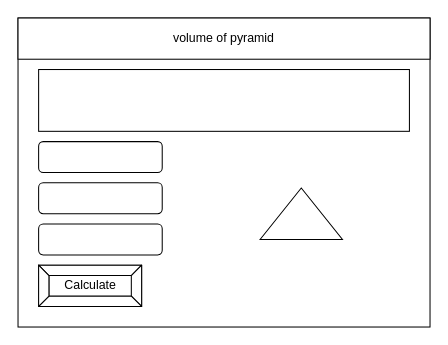
Earlier version of the draw.io diagram design/story-board.drawio (brennan-lee/ICS20-3-02-Volume-of-a-Pyramid). Source tidied: cells renumbered, new cells numbered last; positions are measured from the earlier drawing's top-left corner, leaving out a move shared by most shapes. Both pictures are drawn from the tidied source at 103%, with x=0, y=0 at pixel (18, 18).
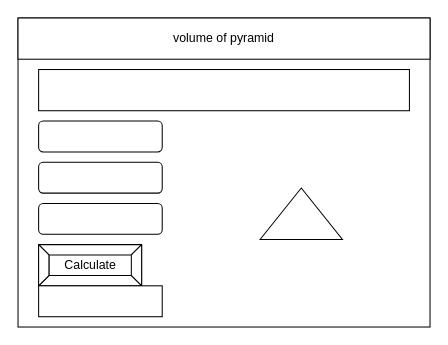
The same diagram, later.

Change to the diagram source:
```diff
@@
 <mxGraphModel>
   <root>
     <mxCell id="0" />
     <mxCell id="1" parent="0" />
     <mxCell id="2" style="rounded=0;whiteSpace=wrap;html=1;" parent="1" vertex="1">
       <mxGeometry width="400" height="300" as="geometry" />
     </mxCell>
     <mxCell id="3" value="volume of pyramid" style="rounded=0;whiteSpace=wrap;html=1;" parent="1" vertex="1">
       <mxGeometry width="400" height="40" as="geometry" />
     </mxCell>
     <mxCell id="4" value="Calculate" style="labelPosition=center;verticalLabelPosition=middle;align=center;html=1;shape=mxgraph.basic.button;dx=10;" parent="1" vertex="1">
-      <mxGeometry x="20" y="240" width="100" height="40" as="geometry" />
+      <mxGeometry x="20" y="220" width="100" height="40" as="geometry" />
     </mxCell>
     <mxCell id="5" style="rounded=1;whiteSpace=wrap;html=1;" parent="1" vertex="1">
-      <mxGeometry x="20" y="200" width="120" height="30" as="geometry" />
+      <mxGeometry x="20" y="180" width="120" height="30" as="geometry" />
     </mxCell>
     <mxCell id="6" style="rounded=1;whiteSpace=wrap;html=1;" parent="1" vertex="1">
-      <mxGeometry x="20" y="160" width="120" height="30" as="geometry" />
+      <mxGeometry x="20" y="140" width="120" height="30" as="geometry" />
     </mxCell>
     <mxCell id="7" style="rounded=1;whiteSpace=wrap;html=1;" parent="1" vertex="1">
-      <mxGeometry x="20" y="120" width="120" height="30" as="geometry" />
+      <mxGeometry x="20" y="100" width="120" height="30" as="geometry" />
     </mxCell>
     <mxCell id="8" style="rounded=0;whiteSpace=wrap;html=1;" parent="1" vertex="1">
-      <mxGeometry x="20" y="50" width="360" height="60" as="geometry" />
+      <mxGeometry x="20" y="50" width="360" height="40" as="geometry" />
     </mxCell>
     <mxCell id="9" style="triangle;whiteSpace=wrap;html=1;rotation=-90;" parent="1" vertex="1">
       <mxGeometry x="250" y="150" width="50" height="80" as="geometry" />
     </mxCell>
+    <mxCell id="10" style="rounded=0;whiteSpace=wrap;html=1;" parent="1" vertex="1">
+      <mxGeometry x="20" y="260" width="120" height="30" as="geometry" />
+    </mxCell>
   </root>
 </mxGraphModel>
```
